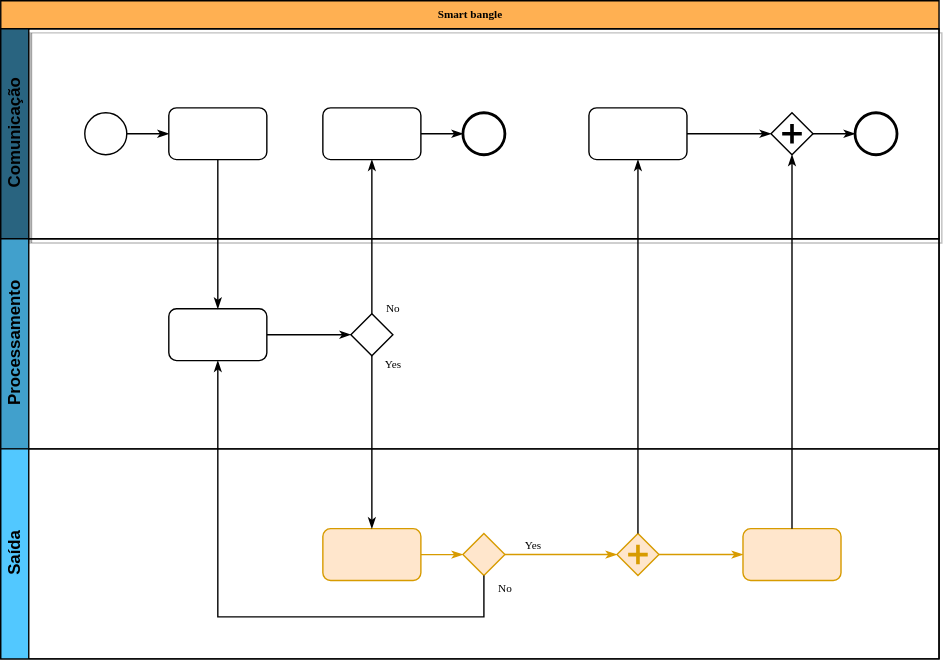
This is 2022.2/smart_bangle/smart-bangle_ea075.drawio.svg from vm-bertini/ea075-2023.1, a draw.io export, as it was before one commit. Source tidied: cells renumbered, new cells last; positions are measured from the earlier drawing's top-left corner, leaving out a move shared by most shapes.
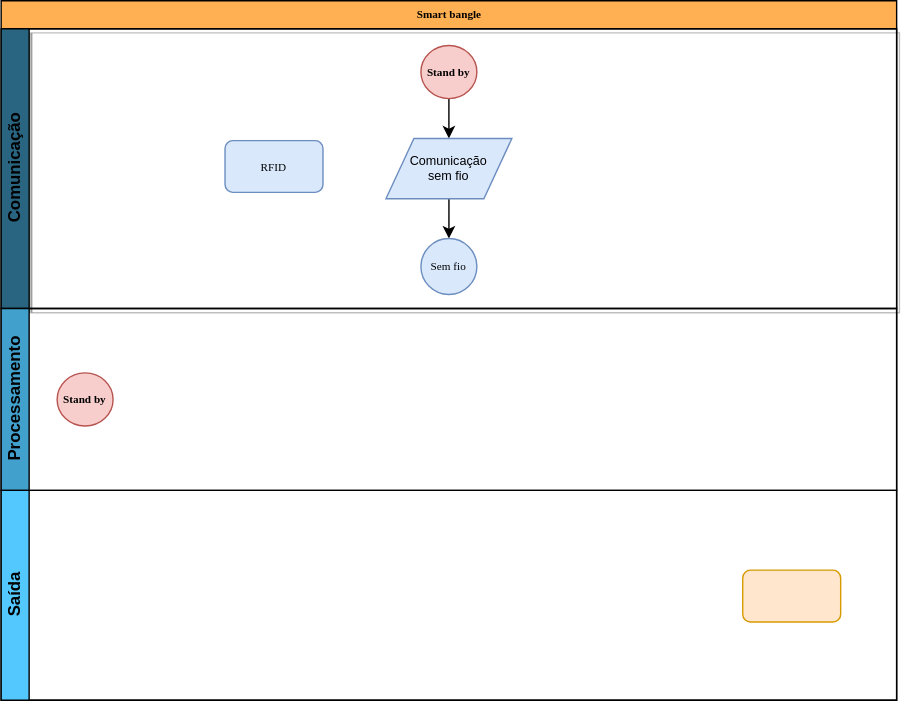
The same file after the commit.

Commit message:
Escopo 1 pronto

The edit, as a diff of the source:
```diff
@@ -3,102 +3,40 @@
     <mxCell id="0" />
     <mxCell id="1" parent="0" />
     <mxCell id="2" value="Smart bangle" style="swimlane;html=1;horizontal=1;startSize=20;rounded=0;shadow=0;labelBackgroundColor=none;strokeWidth=1;fontFamily=Verdana;fontSize=8;align=center;fillColor=#FFB052;" parent="1" vertex="1">
-      <mxGeometry width="670" height="470" as="geometry" />
+      <mxGeometry width="640" height="500" as="geometry" />
     </mxCell>
-    <mxCell id="3" value="Comunicação" style="swimlane;html=1;startSize=20;horizontal=0;fillColor=#296480;shadow=1;" parent="2" vertex="1">
-      <mxGeometry y="20" width="670" height="150" as="geometry" />
+    <mxCell id="3" value="Comunicação" style="swimlane;html=1;startSize=20;horizontal=0;fillColor=#296480;shadow=1;fontStyle=1;" parent="2" vertex="1">
+      <mxGeometry y="20" width="640" height="200" as="geometry" />
     </mxCell>
-    <mxCell id="4" style="edgeStyle=orthogonalEdgeStyle;rounded=0;html=1;labelBackgroundColor=none;startArrow=none;startFill=0;startSize=5;endArrow=classicThin;endFill=1;endSize=5;jettySize=auto;strokeWidth=1;fontFamily=Verdana;fontSize=8;" parent="3" edge="1" source="5" target="6">
-      <mxGeometry relative="1" as="geometry" />
-    </mxCell>
+    <mxCell id="33" style="edgeStyle=orthogonalEdgeStyle;rounded=0;jettySize=auto;html=1;exitX=0.5;exitY=1;exitDx=0;exitDy=0;entryX=0.5;entryY=0;entryDx=0;entryDy=0;fontSize=9;fontColor=default;" parent="3" edge="1" source="5" target="35">
+      <mxGeometry relative="1" as="geometry" />
+    </mxCell>
-    <mxCell id="5" style="ellipse;whiteSpace=wrap;html=1;rounded=0;shadow=0;labelBackgroundColor=none;strokeWidth=1;fontFamily=Verdana;fontSize=8;align=center;" parent="3" vertex="1">
-      <mxGeometry x="60" y="60" width="30" height="30" as="geometry" />
+    <mxCell id="5" value="Stand by" style="ellipse;whiteSpace=wrap;html=1;rounded=0;shadow=0;labelBackgroundColor=none;strokeWidth=1;fontFamily=Verdana;fontSize=8;align=center;fillColor=#f8cecc;strokeColor=#b85450;fontStyle=1;" parent="3" vertex="1">
+      <mxGeometry x="300" y="12" width="40" height="38" as="geometry" />
     </mxCell>
-    <mxCell id="6" style="rounded=1;whiteSpace=wrap;html=1;shadow=0;labelBackgroundColor=none;strokeWidth=1;fontFamily=Verdana;fontSize=8;align=center;" parent="3" vertex="1">
-      <mxGeometry x="120" y="56.5" width="70" height="37" as="geometry" />
-    </mxCell>
-    <mxCell id="7" style="edgeStyle=orthogonalEdgeStyle;rounded=0;html=1;labelBackgroundColor=none;startArrow=none;startFill=0;startSize=5;endArrow=classicThin;endFill=1;endSize=5;jettySize=auto;strokeWidth=1;fontFamily=Verdana;fontSize=8;" parent="3" edge="1" source="8" target="9">
-      <mxGeometry relative="1" as="geometry" />
-    </mxCell>
-    <mxCell id="8" style="rounded=1;whiteSpace=wrap;html=1;shadow=0;labelBackgroundColor=none;strokeWidth=1;fontFamily=Verdana;fontSize=8;align=center;" parent="3" vertex="1">
-      <mxGeometry x="230" y="56.5" width="70" height="37" as="geometry" />
+    <mxCell id="8" value="RFID" style="rounded=1;whiteSpace=wrap;html=1;shadow=0;labelBackgroundColor=none;strokeWidth=1;fontFamily=Verdana;fontSize=8;align=center;fillColor=#dae8fc;strokeColor=#6c8ebf;" parent="3" vertex="1">
+      <mxGeometry x="160" y="80" width="70" height="37" as="geometry" />
     </mxCell>
-    <mxCell id="9" style="ellipse;whiteSpace=wrap;html=1;rounded=0;shadow=0;labelBackgroundColor=none;strokeWidth=2;fontFamily=Verdana;fontSize=8;align=center;" parent="3" vertex="1">
-      <mxGeometry x="330" y="60" width="30" height="30" as="geometry" />
-    </mxCell>
-    <mxCell id="10" style="edgeStyle=orthogonalEdgeStyle;rounded=0;html=1;entryX=0;entryY=0.5;labelBackgroundColor=none;startArrow=none;startFill=0;startSize=5;endArrow=classicThin;endFill=1;endSize=5;jettySize=auto;strokeWidth=1;fontFamily=Verdana;fontSize=8;" parent="3" edge="1" source="11" target="13">
-      <mxGeometry relative="1" as="geometry" />
-    </mxCell>
-    <mxCell id="11" style="rounded=1;whiteSpace=wrap;html=1;shadow=0;labelBackgroundColor=none;strokeWidth=1;fontFamily=Verdana;fontSize=8;align=center;" parent="3" vertex="1">
-      <mxGeometry x="420" y="56.5" width="70" height="37" as="geometry" />
-    </mxCell>
-    <mxCell id="12" style="edgeStyle=orthogonalEdgeStyle;rounded=0;html=1;labelBackgroundColor=none;startArrow=none;startFill=0;startSize=5;endArrow=classicThin;endFill=1;endSize=5;jettySize=auto;strokeWidth=1;fontFamily=Verdana;fontSize=8;" parent="3" edge="1" source="13" target="14">
-      <mxGeometry relative="1" as="geometry" />
-    </mxCell>
-    <mxCell id="13" style="shape=mxgraph.bpmn.shape;html=1;verticalLabelPosition=bottom;labelBackgroundColor=#ffffff;verticalAlign=top;perimeter=rhombusPerimeter;background=gateway;outline=none;symbol=parallelGw;rounded=1;shadow=0;strokeWidth=1;fontFamily=Verdana;fontSize=8;align=center;" parent="3" vertex="1">
-      <mxGeometry x="550" y="60" width="30" height="30" as="geometry" />
-    </mxCell>
-    <mxCell id="14" style="ellipse;whiteSpace=wrap;html=1;rounded=0;shadow=0;labelBackgroundColor=none;strokeWidth=2;fontFamily=Verdana;fontSize=8;align=center;" parent="3" vertex="1">
-      <mxGeometry x="610" y="60" width="30" height="30" as="geometry" />
-    </mxCell>
+    <mxCell id="34" style="edgeStyle=orthogonalEdgeStyle;rounded=0;jettySize=auto;html=1;entryX=0.5;entryY=0;entryDx=0;entryDy=0;fontSize=9;fontColor=default;" parent="3" edge="1" source="35" target="36">
+      <mxGeometry relative="1" as="geometry" />
+    </mxCell>
+    <mxCell id="35" value="Comunicação&lt;br style=&quot;font-size: 9px;&quot;&gt;sem fio" style="shape=parallelogram;perimeter=parallelogramPerimeter;fixedSize=1;rounded=0;shadow=0;glass=0;labelBackgroundColor=none;labelBorderColor=none;sketch=0;fillColor=#dae8fc;align=center;horizontal=1;labelPosition=center;verticalLabelPosition=middle;verticalAlign=middle;whiteSpace=wrap;html=1;fontSize=9;strokeColor=#6c8ebf;" parent="3" vertex="1">
+      <mxGeometry x="275" y="78.5" width="90" height="43" as="geometry" />
+    </mxCell>
+    <mxCell id="36" value="Sem fio" style="ellipse;whiteSpace=wrap;html=1;rounded=0;shadow=0;labelBackgroundColor=none;strokeWidth=1;fontFamily=Verdana;fontSize=8;align=center;fillColor=#dae8fc;strokeColor=#6c8ebf;" parent="3" vertex="1">
+      <mxGeometry x="300" y="150" width="40" height="40" as="geometry" />
+    </mxCell>
     <mxCell id="15" value="Processamento" style="swimlane;html=1;startSize=20;horizontal=0;fillColor=#41A0CC;" parent="2" vertex="1">
-      <mxGeometry y="170" width="670" height="150" as="geometry" />
+      <mxGeometry y="220" width="640" height="130" as="geometry" />
     </mxCell>
-    <mxCell id="16" style="edgeStyle=orthogonalEdgeStyle;rounded=0;html=1;labelBackgroundColor=none;startArrow=none;startFill=0;startSize=5;endArrow=classicThin;endFill=1;endSize=5;jettySize=auto;strokeWidth=1;fontFamily=Verdana;fontSize=8;" parent="15" edge="1" source="17" target="18">
-      <mxGeometry relative="1" as="geometry" />
-    </mxCell>
-    <mxCell id="17" style="rounded=1;whiteSpace=wrap;html=1;shadow=0;labelBackgroundColor=none;strokeWidth=1;fontFamily=Verdana;fontSize=8;align=center;" parent="15" vertex="1">
-      <mxGeometry x="120" y="50" width="70" height="37" as="geometry" />
-    </mxCell>
-    <mxCell id="18" style="strokeWidth=1;html=1;shape=mxgraph.flowchart.decision;whiteSpace=wrap;rounded=1;shadow=0;labelBackgroundColor=none;fontFamily=Verdana;fontSize=8;align=center;" parent="15" vertex="1">
-      <mxGeometry x="250" y="53.5" width="30" height="30" as="geometry" />
-    </mxCell>
+    <mxCell id="37" value="Stand by" style="ellipse;whiteSpace=wrap;html=1;rounded=0;shadow=0;labelBackgroundColor=none;strokeWidth=1;fontFamily=Verdana;fontSize=8;align=center;fillColor=#f8cecc;strokeColor=#b85450;fontStyle=1;" parent="15" vertex="1">
+      <mxGeometry x="40" y="46" width="40" height="38" as="geometry" />
+    </mxCell>
     <mxCell id="19" value="Saída" style="swimlane;html=1;startSize=20;horizontal=0;fillColor=#52C8FF;gradientColor=none;swimlaneFillColor=none;swimlaneLine=1;rounded=0;shadow=0;sketch=0;glass=0;labelBackgroundColor=none;labelBorderColor=none;fontColor=default;" parent="2" vertex="1">
-      <mxGeometry y="320" width="670" height="150" as="geometry" />
+      <mxGeometry y="350" width="640" height="150" as="geometry" />
     </mxCell>
-    <mxCell id="20" style="edgeStyle=orthogonalEdgeStyle;rounded=0;html=1;labelBackgroundColor=none;startArrow=none;startFill=0;startSize=5;endArrow=classicThin;endFill=1;endSize=5;jettySize=auto;strokeWidth=1;fontFamily=Verdana;fontSize=8;fillColor=#ffe6cc;strokeColor=#d79b00;" parent="19" edge="1" source="21" target="23">
-      <mxGeometry relative="1" as="geometry" />
-    </mxCell>
-    <mxCell id="21" style="rounded=1;whiteSpace=wrap;html=1;shadow=0;labelBackgroundColor=none;strokeWidth=1;fontFamily=Verdana;fontSize=8;align=center;fillColor=#ffe6cc;strokeColor=#d79b00;" parent="19" vertex="1">
-      <mxGeometry x="230" y="57" width="70" height="37" as="geometry" />
-    </mxCell>
-    <mxCell id="22" value="Yes" style="edgeStyle=orthogonalEdgeStyle;rounded=0;html=1;entryX=0;entryY=0.5;labelBackgroundColor=none;startArrow=none;startFill=0;startSize=5;endArrow=classicThin;endFill=1;endSize=5;jettySize=auto;strokeWidth=1;fontFamily=Verdana;fontSize=8;fillColor=#ffe6cc;strokeColor=#d79b00;" parent="19" edge="1" source="23" target="25">
-      <mxGeometry x="-0.5" y="6" relative="1" as="geometry" />
-    </mxCell>
-    <mxCell id="23" style="strokeWidth=1;html=1;shape=mxgraph.flowchart.decision;whiteSpace=wrap;rounded=1;shadow=0;labelBackgroundColor=none;fontFamily=Verdana;fontSize=8;align=center;fillColor=#ffe6cc;strokeColor=#d79b00;" parent="19" vertex="1">
-      <mxGeometry x="330" y="60.5" width="30" height="30" as="geometry" />
-    </mxCell>
-    <mxCell id="24" style="edgeStyle=orthogonalEdgeStyle;rounded=0;html=1;labelBackgroundColor=none;startArrow=none;startFill=0;startSize=5;endArrow=classicThin;endFill=1;endSize=5;jettySize=auto;strokeColor=#d79b00;strokeWidth=1;fontFamily=Verdana;fontSize=8;fontColor=#000000;fillColor=#ffe6cc;" parent="19" edge="1" source="25" target="26">
-      <mxGeometry relative="1" as="geometry" />
-    </mxCell>
-    <mxCell id="25" style="shape=mxgraph.bpmn.shape;html=1;verticalLabelPosition=bottom;labelBackgroundColor=#ffffff;verticalAlign=top;perimeter=rhombusPerimeter;background=gateway;outline=none;symbol=parallelGw;rounded=1;shadow=0;strokeWidth=1;fontFamily=Verdana;fontSize=8;align=center;fillColor=#ffe6cc;strokeColor=#d79b00;" parent="19" vertex="1">
-      <mxGeometry x="440" y="60.5" width="30" height="30" as="geometry" />
-    </mxCell>
     <mxCell id="26" style="rounded=1;whiteSpace=wrap;html=1;shadow=0;labelBackgroundColor=none;strokeWidth=1;fontFamily=Verdana;fontSize=8;align=center;fillColor=#ffe6cc;strokeColor=#d79b00;" parent="19" vertex="1">
       <mxGeometry x="530" y="57" width="70" height="37" as="geometry" />
     </mxCell>
-    <mxCell id="27" style="edgeStyle=orthogonalEdgeStyle;rounded=0;html=1;labelBackgroundColor=none;startArrow=none;startFill=0;startSize=5;endArrow=classicThin;endFill=1;endSize=5;jettySize=auto;strokeWidth=1;fontFamily=Verdana;fontSize=8;" parent="2" edge="1" source="6" target="17">
-      <mxGeometry relative="1" as="geometry" />
-    </mxCell>
-    <mxCell id="28" value="No" style="edgeStyle=orthogonalEdgeStyle;rounded=0;html=1;labelBackgroundColor=none;startArrow=none;startFill=0;startSize=5;endArrow=classicThin;endFill=1;endSize=5;jettySize=auto;strokeWidth=1;fontFamily=Verdana;fontSize=8;" parent="2" edge="1" source="18" target="8">
-      <mxGeometry x="-0.94" y="-15" relative="1" as="geometry" />
-    </mxCell>
-    <mxCell id="29" value="Yes" style="edgeStyle=orthogonalEdgeStyle;rounded=0;html=1;labelBackgroundColor=none;startArrow=none;startFill=0;startSize=5;endArrow=classicThin;endFill=1;endSize=5;jettySize=auto;strokeWidth=1;fontFamily=Verdana;fontSize=8;" parent="2" edge="1" source="18" target="21">
-      <mxGeometry x="-0.89" y="15" relative="1" as="geometry" />
-    </mxCell>
-    <mxCell id="30" style="edgeStyle=orthogonalEdgeStyle;rounded=0;html=1;entryX=0.5;entryY=1;labelBackgroundColor=none;startArrow=none;startFill=0;startSize=5;endArrow=classicThin;endFill=1;endSize=5;jettySize=auto;strokeWidth=1;fontFamily=Verdana;fontSize=8;" parent="2" edge="1" source="26" target="13">
-      <mxGeometry relative="1" as="geometry" />
-    </mxCell>
-    <mxCell id="31" value="No" style="edgeStyle=orthogonalEdgeStyle;rounded=0;html=1;labelBackgroundColor=none;startArrow=none;startFill=0;startSize=5;endArrow=classicThin;endFill=1;endSize=5;jettySize=auto;strokeWidth=1;fontFamily=Verdana;fontSize=8;" parent="2" edge="1" source="23" target="17">
-      <mxGeometry x="-0.95" y="15" relative="1" as="geometry">
-        <Array as="points">
-          <mxPoint x="345" y="440" />
-          <mxPoint x="155" y="440" />
-        </Array>
-      </mxGeometry>
-    </mxCell>
-    <mxCell id="32" style="edgeStyle=orthogonalEdgeStyle;rounded=0;html=1;labelBackgroundColor=none;startArrow=none;startFill=0;startSize=5;endArrow=classicThin;endFill=1;endSize=5;jettySize=auto;strokeWidth=1;fontFamily=Verdana;fontSize=8;" parent="2" edge="1" source="25" target="11">
-      <mxGeometry relative="1" as="geometry" />
-    </mxCell>
   </root>
 </mxGraphModel>
```
